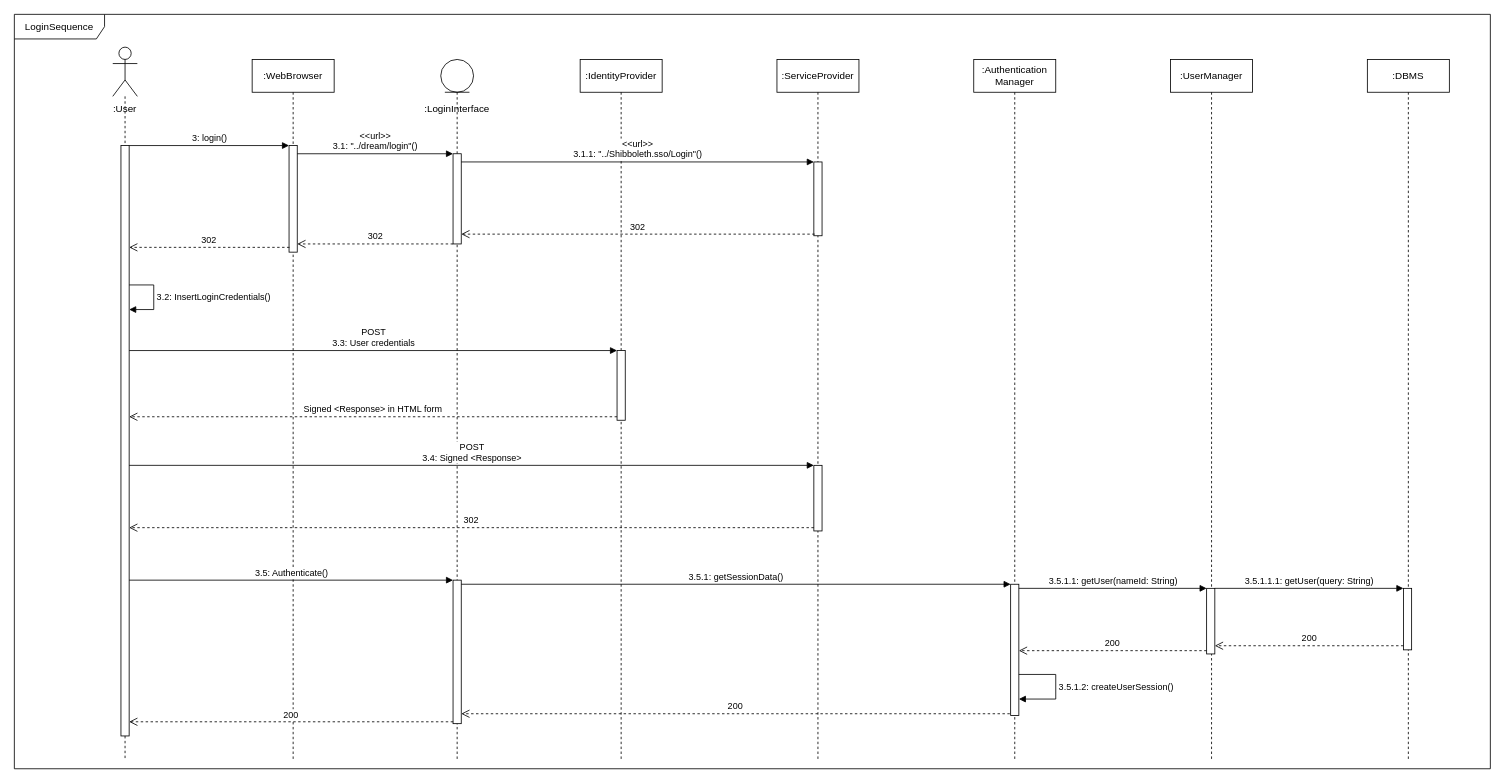
Before: page "Login" (2 of 18) of DD Diagrams/RunTimeViewDiagram.drawio in matteovisotto/SE2-CecchettoSirianiVisotto, a draw.io diagram. Source tidied: cells renumbered, new cells numbered last; positions are measured from the earlier drawing's top-left corner, leaving out a move shared by most shapes. Both pictures are drawn from the tidied source at 82%, with x=0, y=0 at pixel (14, 14).
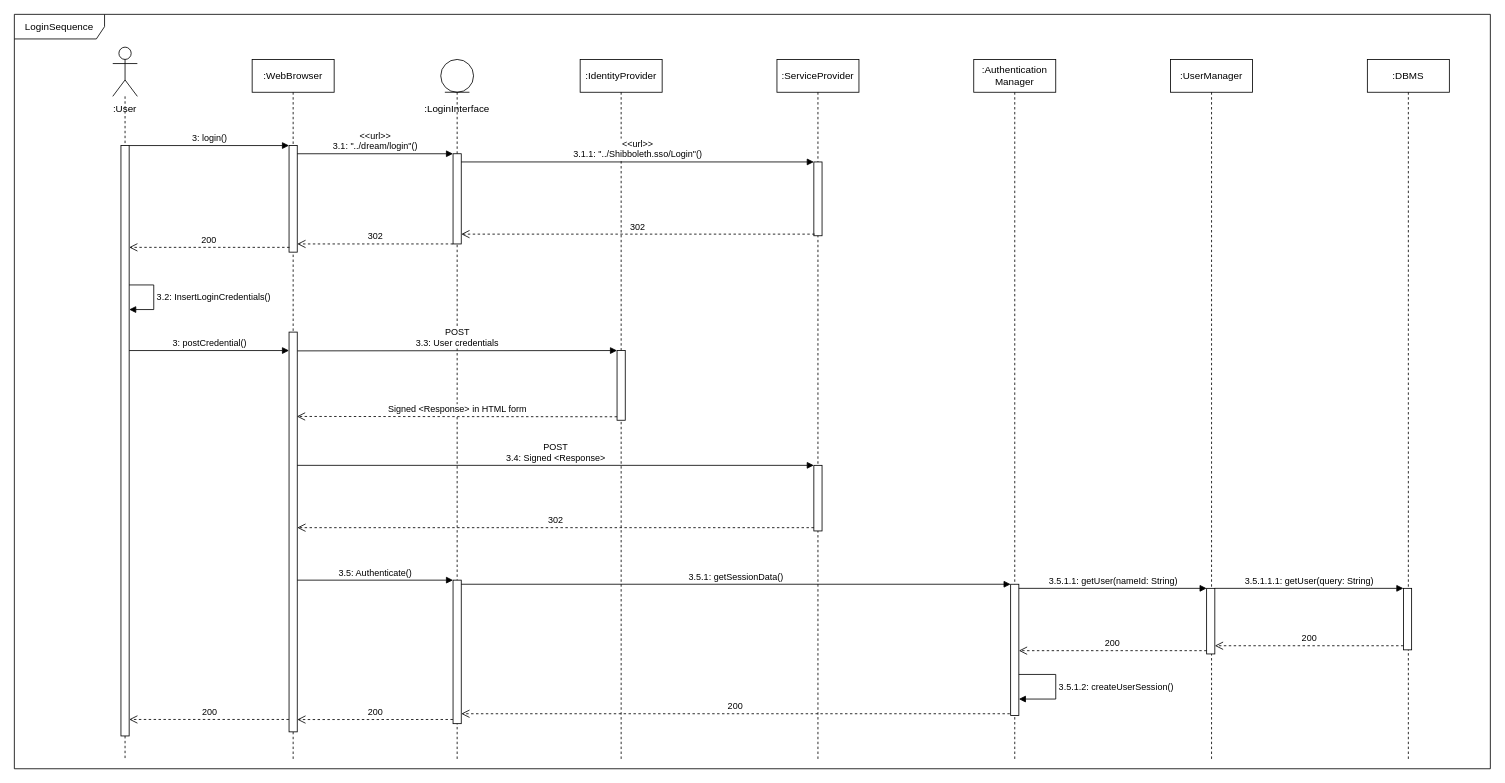
After the change.

The change refers to these unchanged cells:
```xml
<mxCell id="6" style="html=1;points=[];perimeter=orthogonalPerimeter;" parent="5" vertex="1">
  <mxGeometry x="45" y="495" width="10" height="80" as="geometry" />
</mxCell>
<mxCell id="8" style="html=1;points=[];perimeter=orthogonalPerimeter;" parent="7" vertex="1">
  <mxGeometry x="45" y="355" width="10" height="85" as="geometry" />
</mxCell>
<mxCell id="10" style="html=1;points=[];perimeter=orthogonalPerimeter;" parent="9" vertex="1">
  <mxGeometry x="10" y="120" width="10" height="720" as="geometry" />
</mxCell>
<mxCell id="12" value=":WebBrowser" style="shape=umlLifeline;perimeter=lifelinePerimeter;whiteSpace=wrap;html=1;" parent="1" vertex="1">
  <mxGeometry x="290" y="55" width="100" height="855" as="geometry" />
</mxCell>
<mxCell id="15" style="html=1;points=[];perimeter=orthogonalPerimeter;" parent="14" vertex="1">
  <mxGeometry x="15" y="635" width="10" height="175" as="geometry" />
</mxCell>
<mxCell id="16" style="html=1;points=[];perimeter=orthogonalPerimeter;" parent="1" vertex="1">
  <mxGeometry x="335" y="160" width="10" height="130" as="geometry" />
</mxCell>
```

Diff of the diagram source:
```diff
@@
+    <mxCell id="43" style="html=1;points=[];perimeter=orthogonalPerimeter;" parent="12" vertex="1">
+      <mxGeometry x="45" y="332.5" width="10" height="487.5" as="geometry" />
+    </mxCell>
@@
-    <mxCell id="22" value="302" style="html=1;verticalAlign=bottom;endArrow=open;dashed=1;endSize=8;rounded=0;exitX=0.048;exitY=0.955;exitDx=0;exitDy=0;exitPerimeter=0;" parent="1" edge="1" source="16" target="10">
+    <mxCell id="22" value="200" style="html=1;verticalAlign=bottom;endArrow=open;dashed=1;endSize=8;rounded=0;exitX=0.048;exitY=0.955;exitDx=0;exitDy=0;exitPerimeter=0;" parent="1" edge="1" source="16" target="10">
       <mxGeometry relative="1" as="geometry" />
     </mxCell>
@@
-    <mxCell id="26" value="POST&lt;br&gt;3.3: User credentials" style="html=1;verticalAlign=bottom;endArrow=block;entryX=0;entryY=0;rounded=0;" parent="1" edge="1" source="10" target="8">
+    <mxCell id="26" value="POST&lt;br&gt;3.3: User credentials" style="html=1;verticalAlign=bottom;endArrow=block;entryX=0;entryY=0;rounded=0;exitX=1.024;exitY=0.047;exitDx=0;exitDy=0;exitPerimeter=0;" parent="1" edge="1" source="43" target="8">
       <mxGeometry relative="1" as="geometry" />
     </mxCell>
-    <mxCell id="27" value="Signed &amp;lt;Response&amp;gt; in HTML form" style="html=1;verticalAlign=bottom;endArrow=open;dashed=1;endSize=8;exitX=0;exitY=0.95;rounded=0;" parent="1" edge="1" source="8" target="10">
+    <mxCell id="27" value="Signed &amp;lt;Response&amp;gt; in HTML form" style="html=1;verticalAlign=bottom;endArrow=open;dashed=1;endSize=8;exitX=0;exitY=0.95;rounded=0;entryX=0.955;entryY=0.211;entryDx=0;entryDy=0;entryPerimeter=0;" parent="1" edge="1" source="8" target="43">
       <mxGeometry relative="1" as="geometry" />
     </mxCell>
-    <mxCell id="28" value="POST&lt;br&gt;3.4: Signed &amp;lt;Response&amp;gt;" style="html=1;verticalAlign=bottom;endArrow=block;entryX=0;entryY=0;rounded=0;" parent="1" edge="1" source="10" target="6">
+    <mxCell id="28" value="POST&lt;br&gt;3.4: Signed &amp;lt;Response&amp;gt;" style="html=1;verticalAlign=bottom;endArrow=block;entryX=0;entryY=0;rounded=0;" parent="1" edge="1" source="43" target="6">
       <mxGeometry relative="1" as="geometry" />
     </mxCell>
-    <mxCell id="29" value="302" style="html=1;verticalAlign=bottom;endArrow=open;dashed=1;endSize=8;exitX=0;exitY=0.95;rounded=0;" parent="1" edge="1" source="6" target="10">
+    <mxCell id="29" value="302" style="html=1;verticalAlign=bottom;endArrow=open;dashed=1;endSize=8;exitX=0;exitY=0.95;rounded=0;" parent="1" edge="1" source="6" target="43">
       <mxGeometry relative="1" as="geometry" />
     </mxCell>
-    <mxCell id="30" value="3.5: Authenticate()" style="html=1;verticalAlign=bottom;endArrow=block;entryX=0;entryY=0;rounded=0;" parent="1" edge="1" source="10" target="15">
+    <mxCell id="30" value="3.5: Authenticate()" style="html=1;verticalAlign=bottom;endArrow=block;entryX=0;entryY=0;rounded=0;" parent="1" edge="1" source="43" target="15">
       <mxGeometry relative="1" as="geometry" />
     </mxCell>
-    <mxCell id="31" value="200" style="html=1;verticalAlign=bottom;endArrow=open;dashed=1;endSize=8;rounded=0;exitX=0.011;exitY=0.987;exitDx=0;exitDy=0;exitPerimeter=0;" parent="1" edge="1" source="15" target="10">
+    <mxCell id="31" value="200" style="html=1;verticalAlign=bottom;endArrow=open;dashed=1;endSize=8;rounded=0;exitX=-0.017;exitY=0.969;exitDx=0;exitDy=0;exitPerimeter=0;" parent="1" edge="1" source="43" target="10">
       <mxGeometry relative="1" as="geometry" />
     </mxCell>
@@
+    <mxCell id="44" value="200" style="html=1;verticalAlign=bottom;endArrow=open;dashed=1;endSize=8;rounded=0;exitX=-0.022;exitY=0.971;exitDx=0;exitDy=0;exitPerimeter=0;" parent="1" edge="1" source="15">
+      <mxGeometry relative="1" as="geometry">
+        <mxPoint x="345" y="860" as="targetPoint" />
+      </mxGeometry>
+    </mxCell>
+    <mxCell id="45" value="3: postCredential()" style="html=1;verticalAlign=bottom;endArrow=block;entryX=0;entryY=0;rounded=0;" parent="1" edge="1">
+      <mxGeometry relative="1" as="geometry">
+        <mxPoint x="140" y="410" as="sourcePoint" />
+        <mxPoint x="335" y="410" as="targetPoint" />
+      </mxGeometry>
+    </mxCell>
```
